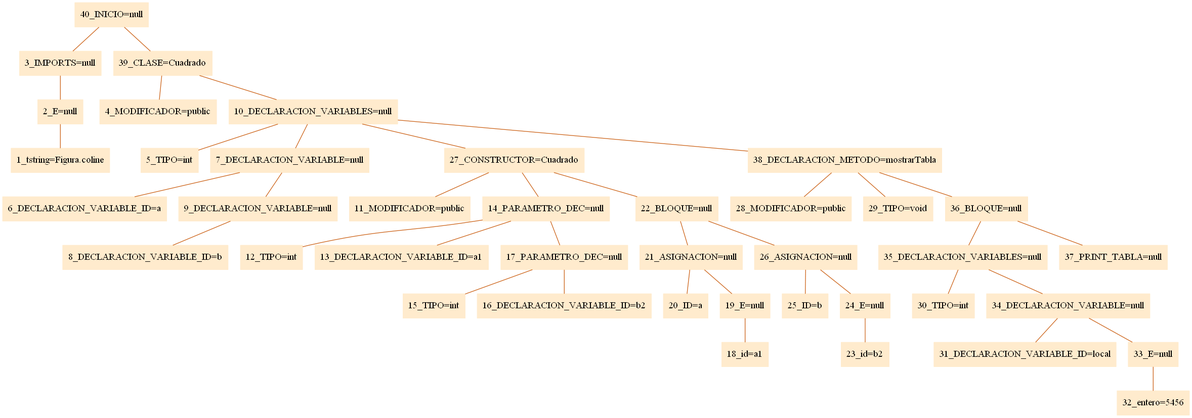
The Graphviz diagram arbol.png in Oshhcar/Coline, before a commit. Its source is kept beside it as arbol.dot.
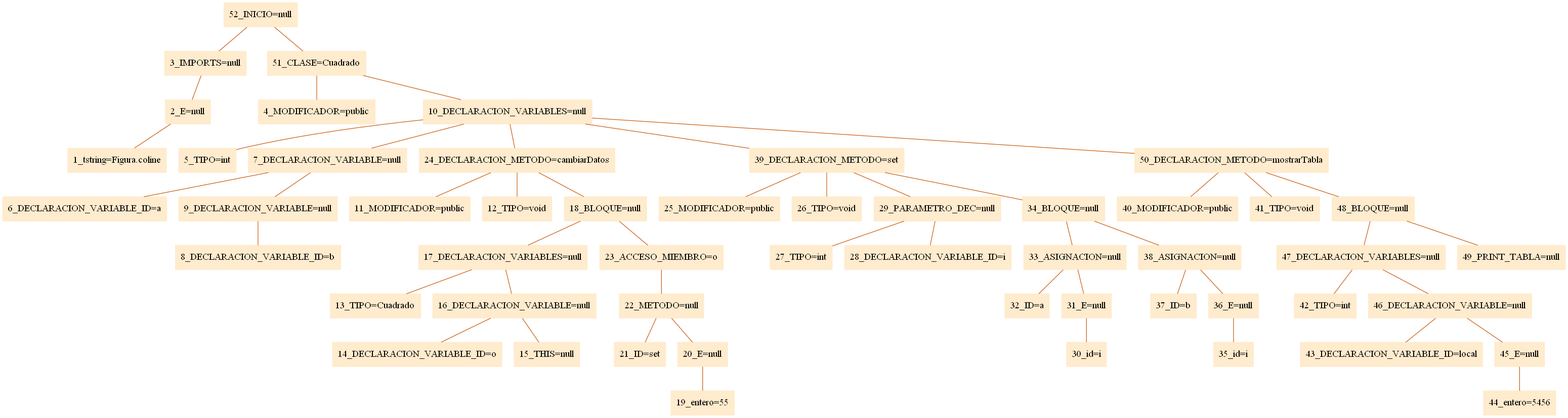
Above is the later version.

Commit message:
Enviando referencia al this

Diff of the diagram source:
```diff
@@ -1,44 +1,56 @@
 digraph G {node[shape=box, style=filled, color=blanchedalmond]; edge[color=chocolate3, dir=none];rankdir=UD
 
-"40_INICIO=null"->"3_IMPORTS=null"
+"52_INICIO=null"->"3_IMPORTS=null"
 "3_IMPORTS=null"->"2_E=null"
 "2_E=null"->"1_tstring=Figura.coline"
-"40_INICIO=null"->"39_CLASE=Cuadrado"
-"39_CLASE=Cuadrado"->"4_MODIFICADOR=public"
-"39_CLASE=Cuadrado"->"10_DECLARACION_VARIABLES=null"
+"52_INICIO=null"->"51_CLASE=Cuadrado"
+"51_CLASE=Cuadrado"->"4_MODIFICADOR=public"
+"51_CLASE=Cuadrado"->"10_DECLARACION_VARIABLES=null"
 "10_DECLARACION_VARIABLES=null"->"5_TIPO=int"
 "10_DECLARACION_VARIABLES=null"->"7_DECLARACION_VARIABLE=null"
 "7_DECLARACION_VARIABLE=null"->"6_DECLARACION_VARIABLE_ID=a"
 "7_DECLARACION_VARIABLE=null"->"9_DECLARACION_VARIABLE=null"
 "9_DECLARACION_VARIABLE=null"->"8_DECLARACION_VARIABLE_ID=b"
-"10_DECLARACION_VARIABLES=null"->"27_CONSTRUCTOR=Cuadrado"
-"27_CONSTRUCTOR=Cuadrado"->"11_MODIFICADOR=public"
-"27_CONSTRUCTOR=Cuadrado"->"14_PARAMETRO_DEC=null"
-"14_PARAMETRO_DEC=null"->"12_TIPO=int"
-"14_PARAMETRO_DEC=null"->"13_DECLARACION_VARIABLE_ID=a1"
-"14_PARAMETRO_DEC=null"->"17_PARAMETRO_DEC=null"
-"17_PARAMETRO_DEC=null"->"15_TIPO=int"
-"17_PARAMETRO_DEC=null"->"16_DECLARACION_VARIABLE_ID=b2"
-"27_CONSTRUCTOR=Cuadrado"->"22_BLOQUE=null"
-"22_BLOQUE=null"->"21_ASIGNACION=null"
-"21_ASIGNACION=null"->"20_ID=a"
-"21_ASIGNACION=null"->"19_E=null"
-"19_E=null"->"18_id=a1"
-"22_BLOQUE=null"->"26_ASIGNACION=null"
-"26_ASIGNACION=null"->"25_ID=b"
-"26_ASIGNACION=null"->"24_E=null"
-"24_E=null"->"23_id=b2"
-"10_DECLARACION_VARIABLES=null"->"38_DECLARACION_METODO=mostrarTabla"
-"38_DECLARACION_METODO=mostrarTabla"->"28_MODIFICADOR=public"
-"38_DECLARACION_METODO=mostrarTabla"->"29_TIPO=void"
-"38_DECLARACION_METODO=mostrarTabla"->"36_BLOQUE=null"
-"36_BLOQUE=null"->"35_DECLARACION_VARIABLES=null"
-"35_DECLARACION_VARIABLES=null"->"30_TIPO=int"
-"35_DECLARACION_VARIABLES=null"->"34_DECLARACION_VARIABLE=null"
-"34_DECLARACION_VARIABLE=null"->"31_DECLARACION_VARIABLE_ID=local"
-"34_DECLARACION_VARIABLE=null"->"33_E=null"
-"33_E=null"->"32_entero=5456"
-"36_BLOQUE=null"->"37_PRINT_TABLA=null"
+"10_DECLARACION_VARIABLES=null"->"24_DECLARACION_METODO=cambiarDatos"
+"24_DECLARACION_METODO=cambiarDatos"->"11_MODIFICADOR=public"
+"24_DECLARACION_METODO=cambiarDatos"->"12_TIPO=void"
+"24_DECLARACION_METODO=cambiarDatos"->"18_BLOQUE=null"
+"18_BLOQUE=null"->"17_DECLARACION_VARIABLES=null"
+"17_DECLARACION_VARIABLES=null"->"13_TIPO=Cuadrado"
+"17_DECLARACION_VARIABLES=null"->"16_DECLARACION_VARIABLE=null"
+"16_DECLARACION_VARIABLE=null"->"14_DECLARACION_VARIABLE_ID=o"
+"16_DECLARACION_VARIABLE=null"->"15_THIS=null"
+"18_BLOQUE=null"->"23_ACCESO_MIEMBRO=o"
+"23_ACCESO_MIEMBRO=o"->"22_METODO=null"
+"22_METODO=null"->"21_ID=set"
+"22_METODO=null"->"20_E=null"
+"20_E=null"->"19_entero=55"
+"10_DECLARACION_VARIABLES=null"->"39_DECLARACION_METODO=set"
+"39_DECLARACION_METODO=set"->"25_MODIFICADOR=public"
+"39_DECLARACION_METODO=set"->"26_TIPO=void"
+"39_DECLARACION_METODO=set"->"29_PARAMETRO_DEC=null"
+"29_PARAMETRO_DEC=null"->"27_TIPO=int"
+"29_PARAMETRO_DEC=null"->"28_DECLARACION_VARIABLE_ID=i"
+"39_DECLARACION_METODO=set"->"34_BLOQUE=null"
+"34_BLOQUE=null"->"33_ASIGNACION=null"
+"33_ASIGNACION=null"->"32_ID=a"
+"33_ASIGNACION=null"->"31_E=null"
+"31_E=null"->"30_id=i"
+"34_BLOQUE=null"->"38_ASIGNACION=null"
+"38_ASIGNACION=null"->"37_ID=b"
+"38_ASIGNACION=null"->"36_E=null"
+"36_E=null"->"35_id=i"
+"10_DECLARACION_VARIABLES=null"->"50_DECLARACION_METODO=mostrarTabla"
+"50_DECLARACION_METODO=mostrarTabla"->"40_MODIFICADOR=public"
+"50_DECLARACION_METODO=mostrarTabla"->"41_TIPO=void"
+"50_DECLARACION_METODO=mostrarTabla"->"48_BLOQUE=null"
+"48_BLOQUE=null"->"47_DECLARACION_VARIABLES=null"
+"47_DECLARACION_VARIABLES=null"->"42_TIPO=int"
+"47_DECLARACION_VARIABLES=null"->"46_DECLARACION_VARIABLE=null"
+"46_DECLARACION_VARIABLE=null"->"43_DECLARACION_VARIABLE_ID=local"
+"46_DECLARACION_VARIABLE=null"->"45_E=null"
+"45_E=null"->"44_entero=5456"
+"48_BLOQUE=null"->"49_PRINT_TABLA=null"
 
 
 }
```
